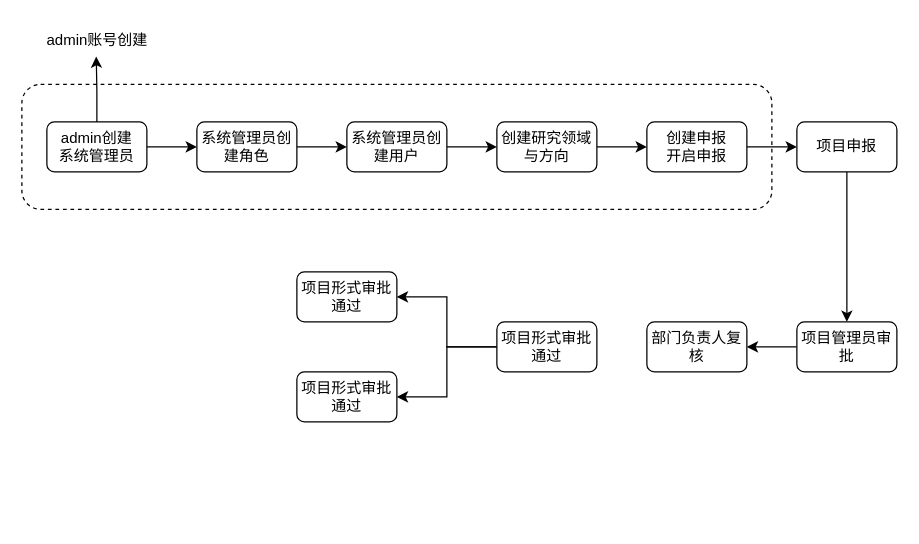
Earlier version of the draw.io diagram 智慧科研管理平台使用全景图.drawio (xiaosaweige/draw). Source tidied: cells renumbered, new cells numbered last; positions are measured from the earlier drawing's top-left corner, leaving out a move shared by most shapes. Both pictures are drawn from the tidied source at 125%, with x=0, y=0 at pixel (21, 21).
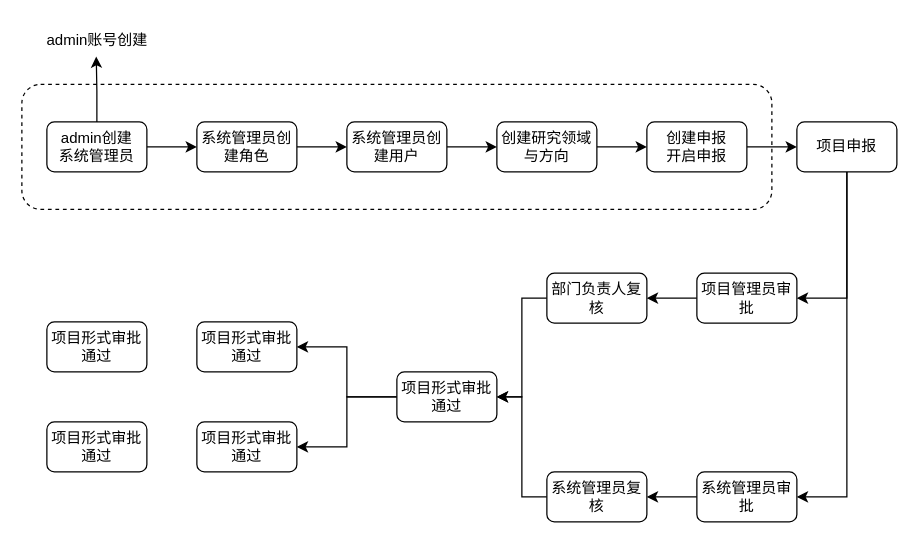
After the change.

Commit message (it also covers changes not shown here):
更新智慧科研管理平台使用全景图.drawio

Unchanged cells that the change refers to:
```xml
<mxCell id="12" value="项目申报" style="rounded=1;whiteSpace=wrap;html=1;" parent="1" vertex="1">
  <mxGeometry x="620" y="80" width="80" height="40" as="geometry" />
</mxCell>
```

What changed in the source:
```diff
@@
-    <mxCell id="11" style="edgeStyle=orthogonalEdgeStyle;rounded=0;jettySize=auto;html=1;exitX=0.5;exitY=1;exitDx=0;exitDy=0;entryX=0.5;entryY=0;entryDx=0;entryDy=0;" parent="1" edge="1" source="12" target="18">
+    <mxCell id="11" style="edgeStyle=orthogonalEdgeStyle;rounded=0;jettySize=auto;html=1;exitX=0.5;exitY=1;exitDx=0;exitDy=0;entryX=1;entryY=0.5;entryDx=0;entryDy=0;" parent="1" edge="1" source="12" target="18">
       <mxGeometry relative="1" as="geometry" />
     </mxCell>
+    <mxCell id="25" style="edgeStyle=orthogonalEdgeStyle;rounded=0;jettySize=auto;html=1;exitX=0.5;exitY=1;exitDx=0;exitDy=0;entryX=1;entryY=0.5;entryDx=0;entryDy=0;" parent="1" edge="1" source="12" target="30">
+      <mxGeometry relative="1" as="geometry" />
+    </mxCell>
@@
     <mxCell id="18" value="项目管理员审批" style="rounded=1;whiteSpace=wrap;html=1;" parent="1" vertex="1">
-      <mxGeometry x="620" y="240" width="80" height="40" as="geometry" />
+      <mxGeometry x="540" y="201" width="80" height="40" as="geometry" />
     </mxCell>
+    <mxCell id="26" style="edgeStyle=orthogonalEdgeStyle;rounded=0;jettySize=auto;html=1;exitX=0;exitY=0.5;exitDx=0;exitDy=0;entryX=1;entryY=0.5;entryDx=0;entryDy=0;" parent="1" edge="1" source="19" target="22">
+      <mxGeometry relative="1" as="geometry" />
+    </mxCell>
     <mxCell id="19" value="部门负责人复核" style="rounded=1;whiteSpace=wrap;html=1;" parent="1" vertex="1">
-      <mxGeometry x="500" y="240" width="80" height="40" as="geometry" />
+      <mxGeometry x="420" y="201" width="80" height="40" as="geometry" />
     </mxCell>
@@
     <mxCell id="22" value="项目形式审批通过" style="rounded=1;whiteSpace=wrap;html=1;" parent="1" vertex="1">
-      <mxGeometry x="380" y="240" width="80" height="40" as="geometry" />
+      <mxGeometry x="300" y="280" width="80" height="40" as="geometry" />
     </mxCell>
     <mxCell id="23" value="项目形式审批通过" style="rounded=1;whiteSpace=wrap;html=1;" parent="1" vertex="1">
-      <mxGeometry x="220" y="200" width="80" height="40" as="geometry" />
+      <mxGeometry x="140" y="240" width="80" height="40" as="geometry" />
     </mxCell>
     <mxCell id="24" value="项目形式审批通过" style="rounded=1;whiteSpace=wrap;html=1;" parent="1" vertex="1">
-      <mxGeometry x="220" y="280" width="80" height="40" as="geometry" />
+      <mxGeometry x="140" y="320" width="80" height="40" as="geometry" />
     </mxCell>
+    <mxCell id="27" value="项目形式审批通过" style="rounded=1;whiteSpace=wrap;html=1;" parent="1" vertex="1">
+      <mxGeometry x="20" y="240" width="80" height="40" as="geometry" />
+    </mxCell>
+    <mxCell id="28" value="项目形式审批通过" style="rounded=1;whiteSpace=wrap;html=1;" parent="1" vertex="1">
+      <mxGeometry x="20" y="320" width="80" height="40" as="geometry" />
+    </mxCell>
+    <mxCell id="29" style="edgeStyle=orthogonalEdgeStyle;rounded=0;jettySize=auto;html=1;exitX=0;exitY=0.5;exitDx=0;exitDy=0;entryX=1;entryY=0.5;entryDx=0;entryDy=0;" parent="1" edge="1" source="30" target="32">
+      <mxGeometry relative="1" as="geometry" />
+    </mxCell>
+    <mxCell id="30" value="系统管理员审批" style="rounded=1;whiteSpace=wrap;html=1;" parent="1" vertex="1">
+      <mxGeometry x="540" y="360" width="80" height="40" as="geometry" />
+    </mxCell>
+    <mxCell id="31" style="edgeStyle=orthogonalEdgeStyle;rounded=0;jettySize=auto;html=1;exitX=0;exitY=0.5;exitDx=0;exitDy=0;entryX=1;entryY=0.5;entryDx=0;entryDy=0;" parent="1" edge="1" source="32" target="22">
+      <mxGeometry relative="1" as="geometry" />
+    </mxCell>
+    <mxCell id="32" value="系统管理员复核" style="rounded=1;whiteSpace=wrap;html=1;" parent="1" vertex="1">
+      <mxGeometry x="420" y="360" width="80" height="40" as="geometry" />
+    </mxCell>
```
